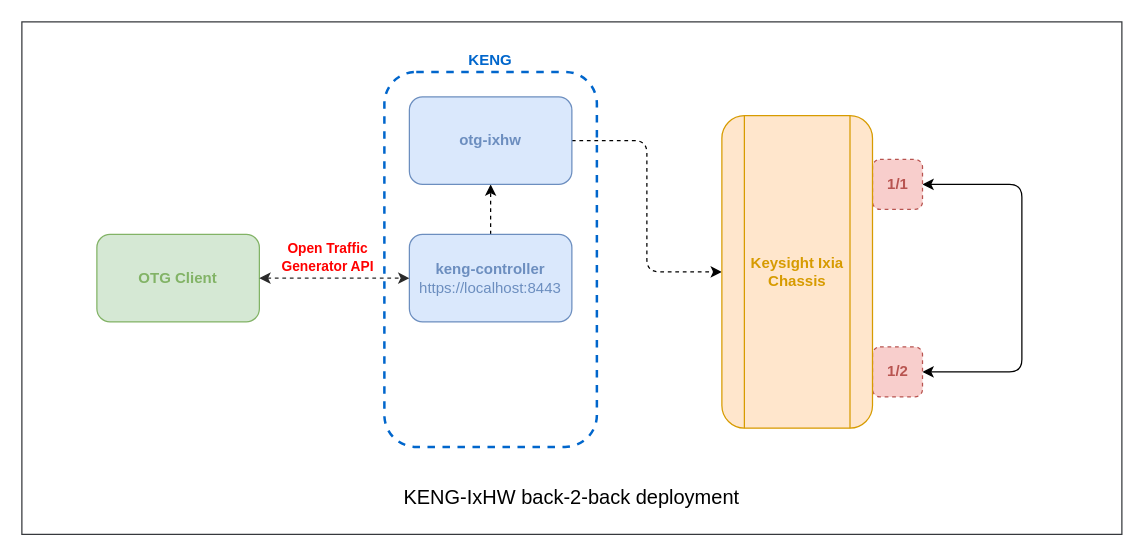
Earlier version of the draw.io diagram page "ixhw-b2b" (9 of 9) of drawio/otg-examples.drawio (open-traffic-generator/otg-examples). Source tidied: cells renumbered, new cells numbered last; positions are measured from the earlier drawing's top-left corner, leaving out a move shared by most shapes. Both pictures are drawn from the tidied source at 125%, with x=0, y=0 at pixel (21, 21).
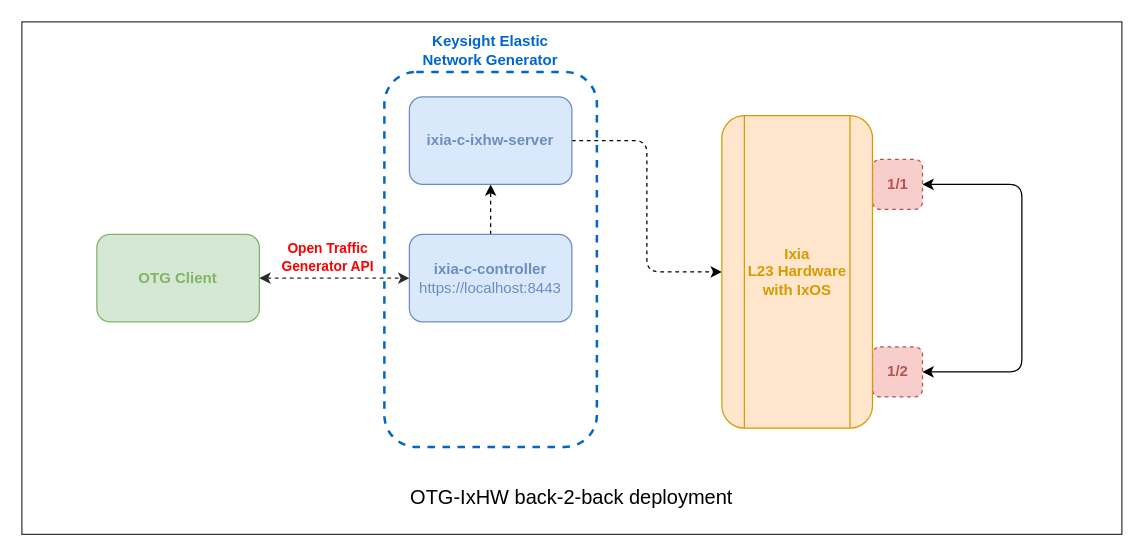
The same page after the edit.

Diff of the diagram source:
```diff
@@
 <mxGraphModel>
   <root>
     <mxCell id="0" />
     <mxCell id="1" parent="0" />
     <mxCell id="2" style="rounded=0;whiteSpace=wrap;html=1;fillColor=#FFFFFF;strokeColor=#36393d;fontStyle=1;" parent="1" vertex="1">
       <mxGeometry width="880" height="410" as="geometry" />
     </mxCell>
     <mxCell id="3" value="OTG Client" style="rounded=1;whiteSpace=wrap;html=1;fillColor=#d5e8d4;strokeColor=#82b366;fontStyle=1;fillStyle=hachure;fontColor=#82B366;" parent="1" vertex="1">
       <mxGeometry x="60" y="170" width="130" height="70" as="geometry" />
     </mxCell>
-    <mxCell id="4" value="KENG" style="rounded=1;whiteSpace=wrap;html=1;strokeWidth=2;dashed=1;strokeColor=#0066CC;fillColor=none;labelPosition=center;verticalLabelPosition=top;align=center;verticalAlign=bottom;fontStyle=1;fontColor=#0066CC;" parent="1" vertex="1">
+    <mxCell id="4" value="Keysight Elastic &lt;br&gt;Network Generator" style="rounded=1;whiteSpace=wrap;html=1;strokeWidth=2;dashed=1;strokeColor=#0066CC;fillColor=none;labelPosition=center;verticalLabelPosition=top;align=center;verticalAlign=bottom;fontStyle=1;fontColor=#0066CC;" parent="1" vertex="1">
       <mxGeometry x="290" y="40" width="170" height="300" as="geometry" />
     </mxCell>
     <mxCell id="5" style="edgeStyle=orthogonalEdgeStyle;rounded=1;jettySize=auto;html=1;entryX=1;entryY=0.5;entryDx=0;entryDy=0;fontColor=#000000;startArrow=classic;startFill=1;" parent="1" edge="1" source="6" target="11">
       <mxGeometry relative="1" as="geometry">
         <Array as="points">
           <mxPoint x="800" y="130" />
           <mxPoint x="800" y="280" />
         </Array>
       </mxGeometry>
     </mxCell>
     <mxCell id="6" value="&lt;font&gt;&lt;b&gt;1/1&lt;/b&gt;&lt;br&gt;&lt;/font&gt;" style="rounded=1;whiteSpace=wrap;html=1;strokeColor=#b85450;strokeWidth=1;fillColor=#f8cecc;dashed=1;fontColor=#B85450;" parent="1" vertex="1">
       <mxGeometry x="680.5" y="110" width="40" height="40" as="geometry" />
     </mxCell>
     <mxCell id="7" style="edgeStyle=orthogonalEdgeStyle;rounded=1;jettySize=auto;html=1;fontColor=#6C8EBF;startArrow=none;startFill=0;dashed=1;exitX=1;exitY=0.5;exitDx=0;exitDy=0;" parent="1" edge="1" source="12" target="13">
       <mxGeometry relative="1" as="geometry" />
     </mxCell>
     <mxCell id="8" style="edgeStyle=orthogonalEdgeStyle;rounded=1;jettySize=auto;html=1;exitX=0.5;exitY=0;exitDx=0;exitDy=0;entryX=0.5;entryY=1;entryDx=0;entryDy=0;dashed=1;fontColor=#9673A6;startArrow=none;startFill=0;endArrow=classic;endFill=1;" parent="1" edge="1" source="9" target="12">
       <mxGeometry relative="1" as="geometry" />
     </mxCell>
-    <mxCell id="9" value="&lt;font style=&quot;&quot;&gt;&lt;b&gt;keng-controller&lt;/b&gt;&lt;br&gt;https://localhost:8443&lt;br&gt;&lt;/font&gt;" style="rounded=1;whiteSpace=wrap;html=1;fillColor=#dae8fc;strokeColor=#6c8ebf;fillStyle=hachure;fontColor=#6C8EBF;" parent="1" vertex="1">
+    <mxCell id="9" value="&lt;font style=&quot;&quot;&gt;&lt;b&gt;ixia-c-controller&lt;/b&gt;&lt;br&gt;https://localhost:8443&lt;br&gt;&lt;/font&gt;" style="rounded=1;whiteSpace=wrap;html=1;fillColor=#dae8fc;strokeColor=#6c8ebf;fillStyle=hachure;fontColor=#6C8EBF;" parent="1" vertex="1">
       <mxGeometry x="310" y="170" width="130" height="70" as="geometry" />
     </mxCell>
     <mxCell id="10" style="endArrow=classic;startArrow=classic;html=1;strokeColor=#2a2a2a;fontColor=#333333;startFill=1;dashed=1;" parent="1" edge="1" source="3">
       <mxGeometry relative="1" as="geometry">
         <mxPoint x="310" y="205" as="targetPoint" />
       </mxGeometry>
     </mxCell>
     <mxCell id="11" value="&lt;font&gt;&lt;b&gt;1/2&lt;/b&gt;&lt;br&gt;&lt;/font&gt;" style="rounded=1;whiteSpace=wrap;html=1;strokeColor=#b85450;strokeWidth=1;fillColor=#f8cecc;dashed=1;fontColor=#B85450;" parent="1" vertex="1">
       <mxGeometry x="680.5" y="260" width="40" height="40" as="geometry" />
     </mxCell>
-    <mxCell id="12" value="&lt;font style=&quot;&quot;&gt;&lt;b&gt;otg-ixhw&lt;/b&gt;&lt;br&gt;&lt;/font&gt;" style="rounded=1;whiteSpace=wrap;html=1;fillColor=#dae8fc;strokeColor=#6c8ebf;fillStyle=hachure;fontColor=#6C8EBF;" parent="1" vertex="1">
+    <mxCell id="12" value="&lt;font style=&quot;&quot;&gt;&lt;b&gt;ixia-c-ixhw-server&lt;/b&gt;&lt;br&gt;&lt;/font&gt;" style="rounded=1;whiteSpace=wrap;html=1;fillColor=#dae8fc;strokeColor=#6c8ebf;fillStyle=hachure;fontColor=#6C8EBF;" parent="1" vertex="1">
       <mxGeometry x="310" y="60" width="130" height="70" as="geometry" />
     </mxCell>
-    <mxCell id="13" value="&lt;div&gt;&lt;b&gt;Keysight Ixia&lt;/b&gt;&lt;/div&gt;&lt;div&gt;&lt;b&gt;Chassis&lt;/b&gt;&lt;br&gt;&lt;/div&gt;" style="shape=process;whiteSpace=wrap;html=1;backgroundOutline=1;rounded=1;strokeColor=#d79b00;strokeWidth=1;fillColor=#ffe6cc;fillStyle=hachure;fontColor=#D79B00;" parent="1" vertex="1">
+    <mxCell id="13" value="&lt;div&gt;&lt;b&gt;Ixia&lt;/b&gt;&lt;/div&gt;&lt;div&gt;&lt;b&gt;L23 Hardware with IxOS&lt;/b&gt;&lt;br&gt;&lt;/div&gt;" style="shape=process;whiteSpace=wrap;html=1;backgroundOutline=1;rounded=1;strokeColor=#d79b00;strokeWidth=1;fillColor=#ffe6cc;fillStyle=hachure;fontColor=#D79B00;" parent="1" vertex="1">
       <mxGeometry x="560" y="75" width="120.5" height="250" as="geometry" />
     </mxCell>
-    <mxCell id="14" value="&lt;font color=&quot;#000000&quot; style=&quot;font-size: 16px&quot;&gt;KENG-IxHW back-2-back deployment&lt;/font&gt;" style="text;html=1;strokeColor=none;fillColor=none;align=center;verticalAlign=middle;whiteSpace=wrap;rounded=0;" parent="1" vertex="1">
+    <mxCell id="14" value="&lt;font color=&quot;#000000&quot; style=&quot;font-size: 16px&quot;&gt;OTG-IxHW back-2-back deployment&lt;/font&gt;" style="text;html=1;strokeColor=none;fillColor=none;align=center;verticalAlign=middle;whiteSpace=wrap;rounded=0;" parent="1" vertex="1">
       <mxGeometry x="280" y="370" width="320" height="20" as="geometry" />
     </mxCell>
     <mxCell id="15" value="&lt;b&gt;&lt;font style=&quot;font-size: 11px&quot; color=&quot;#ff0000&quot;&gt;Open Traffic Generator API&lt;/font&gt;&lt;/b&gt;" style="text;html=1;strokeColor=none;fillColor=none;align=center;verticalAlign=middle;whiteSpace=wrap;rounded=0;" parent="1" vertex="1">
       <mxGeometry x="200" y="170" width="90" height="35" as="geometry" />
     </mxCell>
   </root>
 </mxGraphModel>
```
